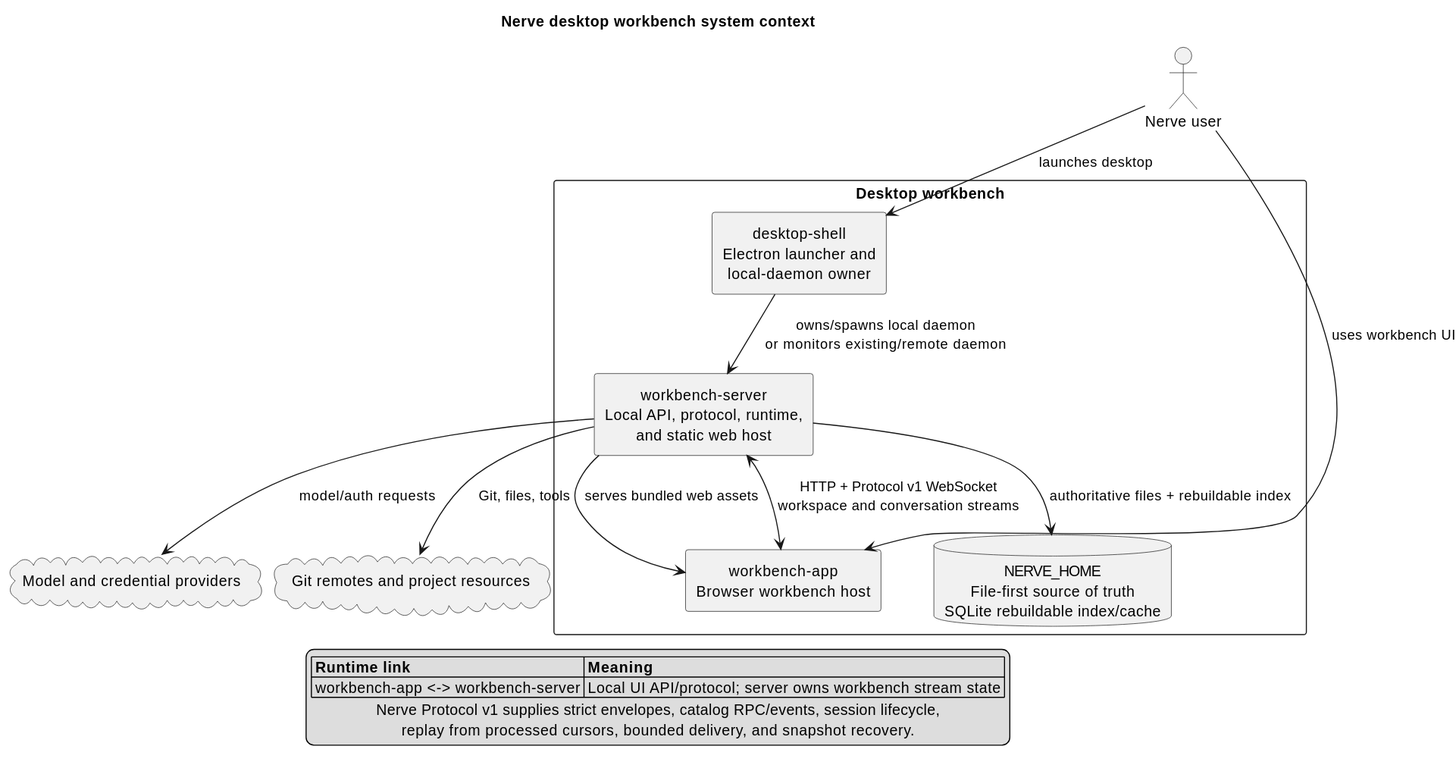
Before: packages/website/public/diagrams/01-system-context.svg, a diagram exported from PlantUML (ThilinaTLM/nerve). The source it was exported from:
```plantuml
@startuml
!pragma layout smetana
skinparam shadowing false
skinparam componentStyle rectangle
skinparam packageStyle rectangle
skinparam defaultTextAlignment center
skinparam ArrowThickness 1

title Nerve desktop workbench system context

actor "Nerve user" as user

rectangle "Desktop workbench" as local {
  component "desktop-shell\nElectron launcher and\nlocal-daemon owner" as desktop
  component "workbench-app\nBrowser workbench host" as workbench_app
  component "workbench-server\nLocal API, protocol, runtime,\nand static web host" as workbench_server
  database "NERVE_HOME\nFile-first source of truth\nSQLite rebuildable index/cache" as nerve_home
}

cloud "Model and credential providers" as providers
cloud "Git remotes and project resources" as resources

user --> desktop : launches desktop
user --> workbench_app : uses workbench UI

desktop --> workbench_server : owns/spawns local daemon\nor monitors existing/remote daemon
workbench_server --> workbench_app : serves bundled web assets
workbench_app <--> workbench_server : HTTP + Protocol v1 WebSocket\nworkspace and conversation streams
workbench_server --> nerve_home : authoritative files + rebuildable index
workbench_server --> providers : model/auth requests
workbench_server --> resources : Git, files, tools

legend bottom
  |= Runtime link |= Meaning |
  | workbench-app <-> workbench-server | Local UI API/protocol; server owns workbench stream state |
  Nerve Protocol v1 supplies strict envelopes, catalog RPC/events, session lifecycle,
  replay from processed cursors, bounded delivery, and snapshot recovery.
endlegend
@enduml
```
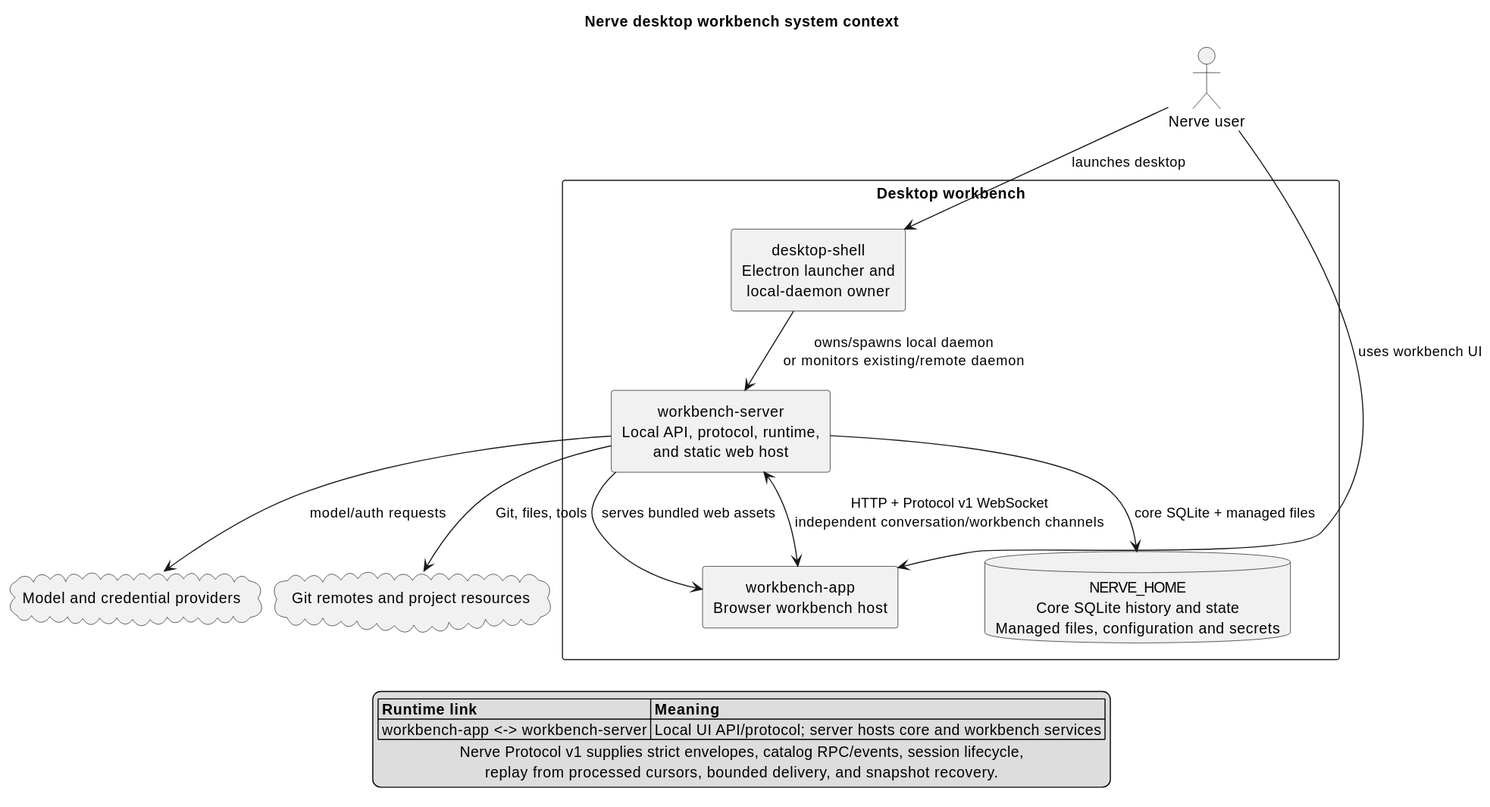
The same diagram one commit later.

What changed in the source:
```diff
@@ -14,7 +14,7 @@
   component "desktop-shell\nElectron launcher and\nlocal-daemon owner" as desktop
   component "workbench-app\nBrowser workbench host" as workbench_app
   component "workbench-server\nLocal API, protocol, runtime,\nand static web host" as workbench_server
-  database "NERVE_HOME\nFile-first source of truth\nSQLite rebuildable index/cache" as nerve_home
+  database "NERVE_HOME\nCore SQLite history and state\nManaged files, configuration and secrets" as nerve_home
 }
 
 cloud "Model and credential providers" as providers
@@ -25,14 +25,14 @@
 
 desktop --> workbench_server : owns/spawns local daemon\nor monitors existing/remote daemon
 workbench_server --> workbench_app : serves bundled web assets
-workbench_app <--> workbench_server : HTTP + Protocol v1 WebSocket\nworkspace and conversation streams
-workbench_server --> nerve_home : authoritative files + rebuildable index
+workbench_app <--> workbench_server : HTTP + Protocol v1 WebSocket\nindependent conversation/workbench channels
+workbench_server --> nerve_home : core SQLite + managed files
 workbench_server --> providers : model/auth requests
 workbench_server --> resources : Git, files, tools
 
 legend bottom
   |= Runtime link |= Meaning |
-  | workbench-app <-> workbench-server | Local UI API/protocol; server owns workbench stream state |
+  | workbench-app <-> workbench-server | Local UI API/protocol; server hosts core and workbench services |
   Nerve Protocol v1 supplies strict envelopes, catalog RPC/events, session lifecycle,
   replay from processed cursors, bounded delivery, and snapshot recovery.
 endlegend
```
